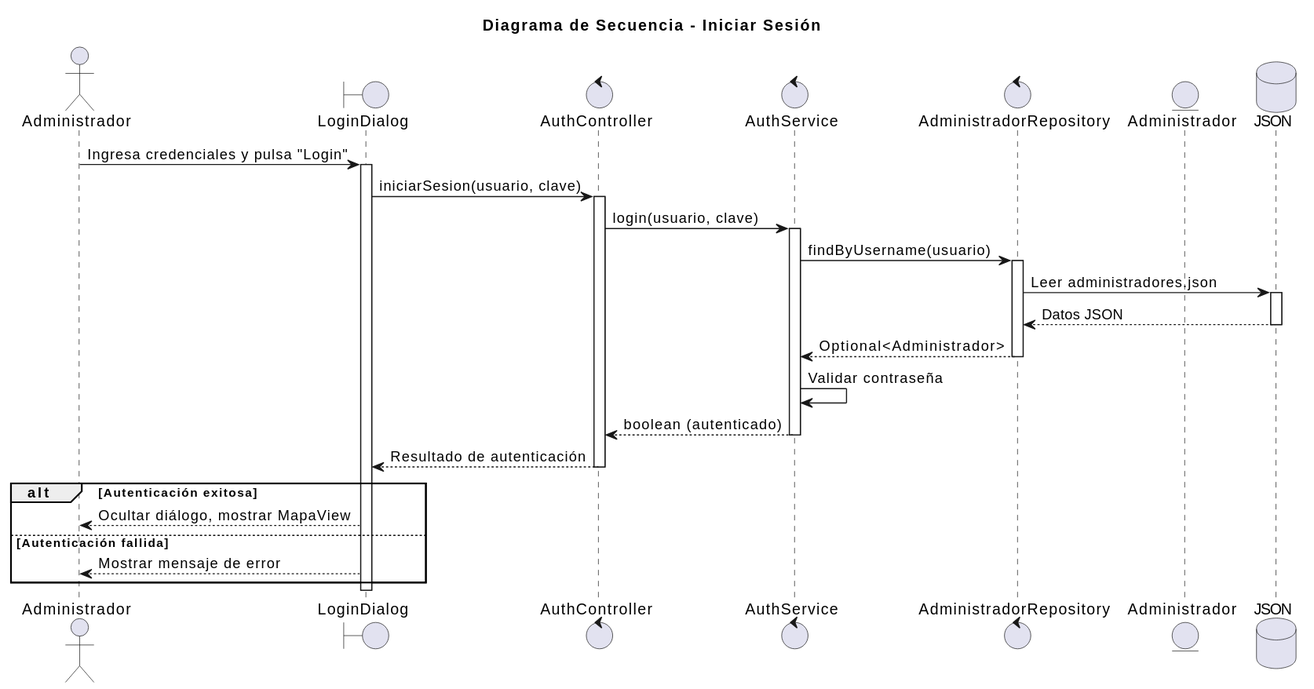
Before: images/02-diseño/00-Administrador/iniciarSesion/iniciarSesion.svg, a diagram exported from PlantUML (mmasias/25-26-idsw2-sdVC).
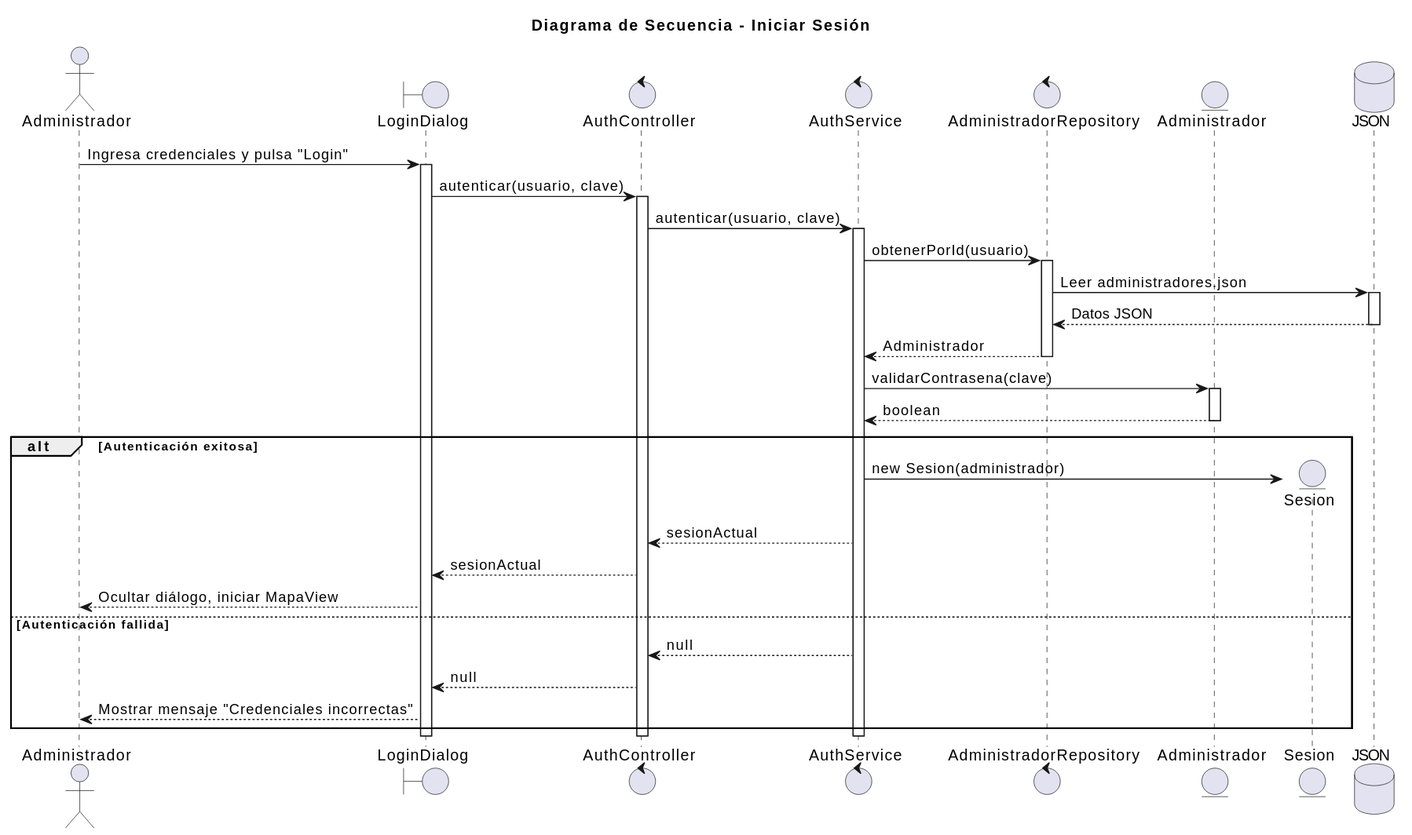
After the change.

Change to the diagram source:
```diff
@@ -7,31 +7,42 @@
 control "AuthService" as service
 control "AdministradorRepository" as repository
 entity "Administrador" as entity
+entity "Sesion" as session
 database "JSON" as db
 
 admin -> view: Ingresa credenciales y pulsa "Login"
 activate view
-view -> controller: iniciarSesion(usuario, clave)
+view -> controller: autenticar(usuario, clave)
 activate controller
-controller -> service: login(usuario, clave)
+controller -> service: autenticar(usuario, clave)
 activate service
-service -> repository: findByUsername(usuario)
+service -> repository: obtenerPorId(usuario)
 activate repository
 repository -> db: Leer administradores.json
 activate db
 db --> repository: Datos JSON
 deactivate db
-repository --> service: Optional<Administrador>
+repository --> service: Administrador
 deactivate repository
-service -> service: Validar contraseña
-service --> controller: boolean (autenticado)
+
+service -> entity: validarContrasena(clave)
+activate entity
+entity --> service: boolean
+deactivate entity
+
+alt Autenticación exitosa
+    create session
+    service -> session: new Sesion(administrador)
+    service --> controller: sesionActual
+    controller --> view: sesionActual
+    view --> admin: Ocultar diálogo, iniciar MapaView
+else Autenticación fallida
+    service --> controller: null
+    controller --> view: null
+    view --> admin: Mostrar mensaje "Credenciales incorrectas"
+end
+
 deactivate service
-controller --> view: Resultado de autenticación
 deactivate controller
-alt Autenticación exitosa
-    view --> admin: Ocultar diálogo, mostrar MapaView
-else Autenticación fallida
-    view --> admin: Mostrar mensaje de error
-end
 deactivate view
 @enduml
```
